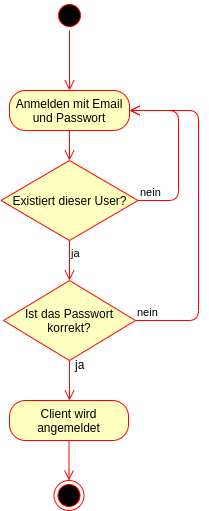
This is documentation/images/Aktivitaetsdiagramm.png from DamienFlury/punchclock, a draw.io export, as it was before one commit. Source tidied: cells renumbered, new cells last; positions are measured from the earlier drawing's top-left corner, leaving out a move shared by most shapes.
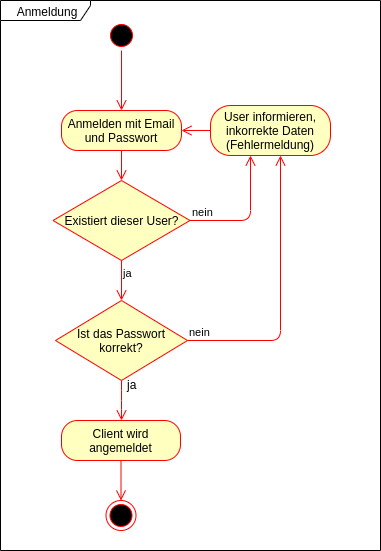
Above is the later version.

What changed in the source:
```diff
@@ -19,11 +19,10 @@
     <mxCell id="6" value="Existiert dieser User?" style="rhombus;whiteSpace=wrap;html=1;fillColor=#ffffc0;strokeColor=#ff0000;" parent="1" vertex="1">
       <mxGeometry x="0.5" y="160" width="137" height="80" as="geometry" />
     </mxCell>
-    <mxCell id="7" value="nein" style="edgeStyle=orthogonalEdgeStyle;html=1;align=left;verticalAlign=bottom;endArrow=open;endSize=8;strokeColor=#ff0000;" parent="1" edge="1" source="6" target="4">
+    <mxCell id="7" value="nein" style="edgeStyle=orthogonalEdgeStyle;html=1;align=left;verticalAlign=bottom;endArrow=open;endSize=8;strokeColor=#ff0000;" parent="1" edge="1" source="6" target="16">
       <mxGeometry x="-1" relative="1" as="geometry">
         <Array as="points">
-          <mxPoint x="178" y="200" />
-          <mxPoint x="178" y="110" />
+          <mxPoint x="198" y="200" />
         </Array>
       </mxGeometry>
     </mxCell>
@@ -41,11 +40,10 @@
     <mxCell id="11" value="Ist das Passwort korrekt?" style="rhombus;whiteSpace=wrap;html=1;fillColor=#ffffc0;strokeColor=#ff0000;" parent="1" vertex="1">
       <mxGeometry x="3" y="280" width="132" height="80" as="geometry" />
     </mxCell>
-    <mxCell id="12" value="nein" style="edgeStyle=orthogonalEdgeStyle;html=1;align=left;verticalAlign=bottom;endArrow=open;endSize=8;strokeColor=#ff0000;" parent="1" edge="1" source="11" target="4">
+    <mxCell id="12" value="nein" style="edgeStyle=orthogonalEdgeStyle;html=1;align=left;verticalAlign=bottom;endArrow=open;endSize=8;strokeColor=#ff0000;" parent="1" edge="1" source="11" target="16">
       <mxGeometry x="-1" relative="1" as="geometry">
         <Array as="points">
-          <mxPoint x="198" y="320" />
-          <mxPoint x="198" y="110" />
+          <mxPoint x="228" y="320" />
         </Array>
       </mxGeometry>
     </mxCell>
@@ -58,5 +56,14 @@
     <mxCell id="15" style="ellipse;html=1;shape=endState;fillColor=#000000;strokeColor=#ff0000;" parent="1" vertex="1">
       <mxGeometry x="53.5" y="480" width="30" height="30" as="geometry" />
     </mxCell>
+    <mxCell id="16" value="User informieren, inkorrekte Daten&lt;br&gt;(Fehlermeldung)" style="rounded=1;whiteSpace=wrap;html=1;arcSize=40;fontColor=#000000;fillColor=#ffffc0;strokeColor=#ff0000;" parent="1" vertex="1">
+      <mxGeometry x="158" y="85" width="120" height="50" as="geometry" />
+    </mxCell>
+    <mxCell id="17" style="edgeStyle=orthogonalEdgeStyle;html=1;verticalAlign=bottom;endArrow=open;endSize=8;strokeColor=#ff0000;" parent="1" edge="1" source="16" target="4">
+      <mxGeometry relative="1" as="geometry" />
+    </mxCell>
+    <mxCell id="18" value="Anmeldung" style="shape=umlFrame;whiteSpace=wrap;html=1;width=90;height=20;" parent="1" vertex="1">
+      <mxGeometry x="-52" y="-20" width="380" height="550" as="geometry" />
+    </mxCell>
   </root>
 </mxGraphModel>
```
